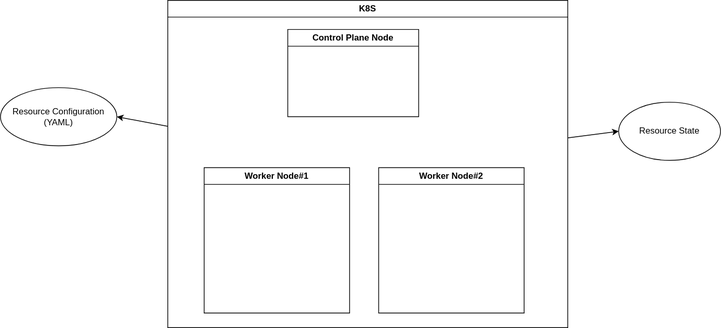
Above: k8s/k8s.drawio.svg in hoangnpdev/engineering-notes (draw.io), before the change. Source tidied: cells renumbered, new cells last; positions are measured from the earlier drawing's top-left corner, leaving out a move shared by most shapes. Its diagram source:
```xml
<mxGraphModel background="#ffffff">
  <root>
    <mxCell id="0" />
    <mxCell id="1" parent="0" />
    <mxCell id="2" style="edgeStyle=none;html=1;entryX=1;entryY=0.5;entryDx=0;entryDy=0;" parent="1" edge="1" source="4" target="8">
      <mxGeometry relative="1" as="geometry" />
    </mxCell>
    <mxCell id="3" style="edgeStyle=none;html=1;entryX=0;entryY=0.5;entryDx=0;entryDy=0;" parent="1" edge="1" source="4" target="9">
      <mxGeometry relative="1" as="geometry" />
    </mxCell>
    <mxCell id="4" value="K8S" style="swimlane;whiteSpace=wrap;html=1;" parent="1" vertex="1">
      <mxGeometry x="230" width="550" height="450" as="geometry" />
    </mxCell>
    <mxCell id="5" value="Worker Node#1" style="swimlane;whiteSpace=wrap;html=1;" parent="4" vertex="1">
      <mxGeometry x="50" y="230" width="200" height="200" as="geometry" />
    </mxCell>
    <mxCell id="6" value="Worker Node#2" style="swimlane;whiteSpace=wrap;html=1;" parent="4" vertex="1">
      <mxGeometry x="290" y="230" width="200" height="200" as="geometry" />
    </mxCell>
    <mxCell id="7" value="Control Plane Node" style="swimlane;whiteSpace=wrap;html=1;" parent="4" vertex="1">
      <mxGeometry x="165" y="40" width="180" height="120" as="geometry" />
    </mxCell>
    <mxCell id="8" value="Resource Configuration&lt;br&gt;(YAML)" style="ellipse;whiteSpace=wrap;html=1;" parent="1" vertex="1">
      <mxGeometry y="120" width="160" height="80" as="geometry" />
    </mxCell>
    <mxCell id="9" value="Resource State" style="ellipse;whiteSpace=wrap;html=1;" parent="1" vertex="1">
      <mxGeometry x="850" y="140" width="140" height="80" as="geometry" />
    </mxCell>
  </root>
</mxGraphModel>
```
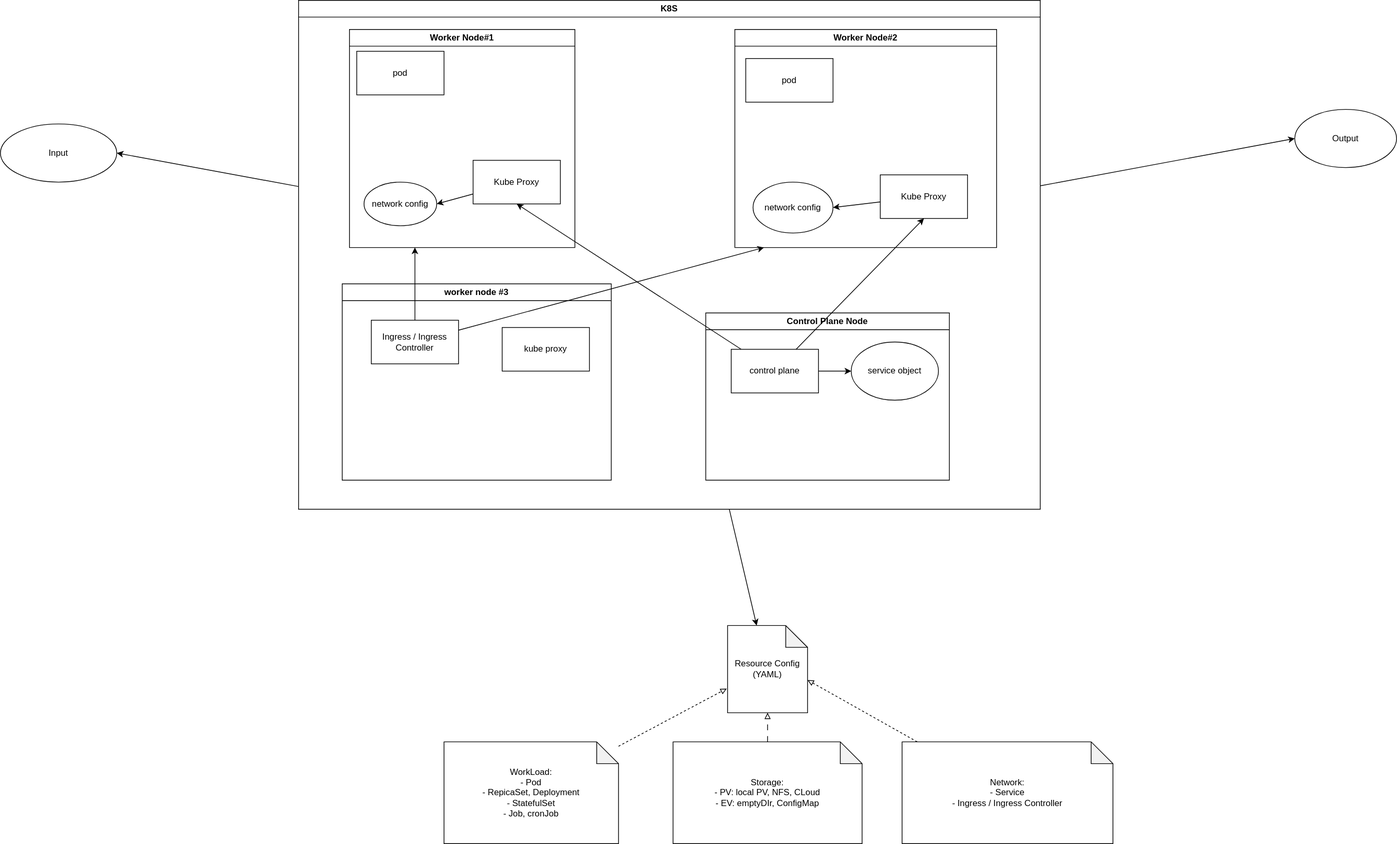
The same diagram one commit later.

The edit, as a diff of the source:
```diff
@@ -9,22 +9,104 @@
       <mxGeometry relative="1" as="geometry" />
     </mxCell>
     <mxCell id="4" value="K8S" style="swimlane;whiteSpace=wrap;html=1;" parent="1" vertex="1">
-      <mxGeometry x="230" width="550" height="450" as="geometry" />
+      <mxGeometry x="-230" y="50" width="1020" height="700" as="geometry" />
     </mxCell>
     <mxCell id="5" value="Worker Node#1" style="swimlane;whiteSpace=wrap;html=1;" parent="4" vertex="1">
-      <mxGeometry x="50" y="230" width="200" height="200" as="geometry" />
+      <mxGeometry x="70" y="40" width="310" height="300" as="geometry" />
     </mxCell>
+    <mxCell id="10" style="edgeStyle=none;html=1;entryX=1;entryY=0.5;entryDx=0;entryDy=0;" parent="5" edge="1" source="11" target="13">
+      <mxGeometry relative="1" as="geometry" />
+    </mxCell>
+    <mxCell id="11" value="Kube Proxy" style="rounded=0;whiteSpace=wrap;html=1;" parent="5" vertex="1">
+      <mxGeometry x="170" y="180" width="120" height="60" as="geometry" />
+    </mxCell>
+    <mxCell id="12" value="pod" style="rounded=0;whiteSpace=wrap;html=1;" parent="5" vertex="1">
+      <mxGeometry x="10" y="30" width="120" height="60" as="geometry" />
+    </mxCell>
+    <mxCell id="13" value="network config" style="ellipse;whiteSpace=wrap;html=1;" parent="5" vertex="1">
+      <mxGeometry x="20" y="210" width="100" height="60" as="geometry" />
+    </mxCell>
     <mxCell id="6" value="Worker Node#2" style="swimlane;whiteSpace=wrap;html=1;" parent="4" vertex="1">
-      <mxGeometry x="290" y="230" width="200" height="200" as="geometry" />
+      <mxGeometry x="600" y="40" width="360" height="300" as="geometry" />
     </mxCell>
+    <mxCell id="14" style="edgeStyle=none;html=1;entryX=1;entryY=0.5;entryDx=0;entryDy=0;" parent="6" edge="1" source="15" target="17">
+      <mxGeometry relative="1" as="geometry" />
+    </mxCell>
+    <mxCell id="15" value="Kube Proxy" style="rounded=0;whiteSpace=wrap;html=1;" parent="6" vertex="1">
+      <mxGeometry x="200" y="200" width="120" height="60" as="geometry" />
+    </mxCell>
+    <mxCell id="16" value="pod" style="rounded=0;whiteSpace=wrap;html=1;" parent="6" vertex="1">
+      <mxGeometry x="15" y="40" width="120" height="60" as="geometry" />
+    </mxCell>
+    <mxCell id="17" value="network config" style="ellipse;whiteSpace=wrap;html=1;" parent="6" vertex="1">
+      <mxGeometry x="25" y="210" width="110" height="70" as="geometry" />
+    </mxCell>
     <mxCell id="7" value="Control Plane Node" style="swimlane;whiteSpace=wrap;html=1;" parent="4" vertex="1">
-      <mxGeometry x="165" y="40" width="180" height="120" as="geometry" />
+      <mxGeometry x="560" y="430" width="335" height="230" as="geometry" />
     </mxCell>
+    <mxCell id="18" value="service object" style="ellipse;whiteSpace=wrap;html=1;" parent="7" vertex="1">
+      <mxGeometry x="200" y="40" width="120" height="80" as="geometry" />
+    </mxCell>
+    <mxCell id="19" style="edgeStyle=none;html=1;entryX=0;entryY=0.5;entryDx=0;entryDy=0;" parent="7" edge="1" source="20" target="18">
+      <mxGeometry relative="1" as="geometry" />
+    </mxCell>
+    <mxCell id="20" value="control plane" style="rounded=0;whiteSpace=wrap;html=1;" parent="7" vertex="1">
+      <mxGeometry x="35" y="50" width="120" height="60" as="geometry" />
+    </mxCell>
+    <mxCell id="21" style="edgeStyle=none;html=1;entryX=0.5;entryY=1;entryDx=0;entryDy=0;" parent="4" edge="1" source="20" target="15">
+      <mxGeometry relative="1" as="geometry" />
+    </mxCell>
+    <mxCell id="22" style="edgeStyle=none;html=1;entryX=0.5;entryY=1;entryDx=0;entryDy=0;" parent="4" edge="1" source="20" target="11">
+      <mxGeometry relative="1" as="geometry" />
+    </mxCell>
+    <mxCell id="23" value="worker node #3" style="swimlane;whiteSpace=wrap;html=1;" parent="4" vertex="1">
+      <mxGeometry x="60" y="390" width="370" height="270" as="geometry" />
+    </mxCell>
+    <mxCell id="24" style="edgeStyle=none;html=1;" parent="23" edge="1" source="26">
+      <mxGeometry relative="1" as="geometry">
+        <mxPoint x="100" y="-50" as="targetPoint" />
+      </mxGeometry>
+    </mxCell>
+    <mxCell id="25" style="edgeStyle=none;html=1;" parent="23" edge="1" source="26">
+      <mxGeometry relative="1" as="geometry">
+        <mxPoint x="580" y="-50" as="targetPoint" />
+      </mxGeometry>
+    </mxCell>
+    <mxCell id="26" value="Ingress / Ingress Controller" style="rounded=0;whiteSpace=wrap;html=1;" parent="23" vertex="1">
+      <mxGeometry x="40" y="50" width="120" height="60" as="geometry" />
+    </mxCell>
+    <mxCell id="27" value="kube proxy" style="rounded=0;whiteSpace=wrap;html=1;" parent="23" vertex="1">
+      <mxGeometry x="220" y="60" width="120" height="60" as="geometry" />
+    </mxCell>
-    <mxCell id="8" value="Resource Configuration&lt;br&gt;(YAML)" style="ellipse;whiteSpace=wrap;html=1;" parent="1" vertex="1">
-      <mxGeometry y="120" width="160" height="80" as="geometry" />
+    <mxCell id="8" value="Input" style="ellipse;whiteSpace=wrap;html=1;" parent="1" vertex="1">
+      <mxGeometry x="-640" y="220" width="160" height="80" as="geometry" />
     </mxCell>
-    <mxCell id="9" value="Resource State" style="ellipse;whiteSpace=wrap;html=1;" parent="1" vertex="1">
-      <mxGeometry x="850" y="140" width="140" height="80" as="geometry" />
+    <mxCell id="9" value="Output" style="ellipse;whiteSpace=wrap;html=1;" parent="1" vertex="1">
+      <mxGeometry x="1140" y="200" width="140" height="80" as="geometry" />
     </mxCell>
+    <mxCell id="28" value="Resource Config (YAML)" style="shape=note;whiteSpace=wrap;html=1;backgroundOutline=1;darkOpacity=0.05;" parent="1" vertex="1">
+      <mxGeometry x="360" y="910" width="110" height="120" as="geometry" />
+    </mxCell>
+    <mxCell id="29" style="edgeStyle=none;html=1;entryX=0;entryY=0;entryDx=40;entryDy=0;entryPerimeter=0;" parent="1" edge="1" source="4" target="28">
+      <mxGeometry relative="1" as="geometry" />
+    </mxCell>
+    <mxCell id="30" value="WorkLoad:&amp;nbsp;&lt;br&gt;- Pod&lt;br&gt;&lt;div&gt;- RepicaSet, Deployment&lt;/div&gt;&lt;div&gt;- StatefulSet&lt;/div&gt;&lt;div&gt;- Job, cronJob&lt;/div&gt;" style="shape=note;whiteSpace=wrap;html=1;backgroundOutline=1;darkOpacity=0.05;" parent="1" vertex="1">
+      <mxGeometry x="-30" y="1070" width="240" height="140" as="geometry" />
+    </mxCell>
+    <mxCell id="31" value="Storage:&amp;nbsp;&lt;div&gt;- PV: local PV, NFS, CLoud&lt;/div&gt;&lt;div&gt;- EV: emptyDIr, ConfigMap&lt;/div&gt;" style="shape=note;whiteSpace=wrap;html=1;backgroundOutline=1;darkOpacity=0.05;" parent="1" vertex="1">
+      <mxGeometry x="285" y="1070" width="260" height="140" as="geometry" />
+    </mxCell>
+    <mxCell id="32" value="Network:&lt;div&gt;- Service&lt;/div&gt;&lt;div&gt;- Ingress / Ingress Controller&lt;/div&gt;" style="shape=note;whiteSpace=wrap;html=1;backgroundOutline=1;darkOpacity=0.05;" parent="1" vertex="1">
+      <mxGeometry x="600" y="1070" width="290" height="140" as="geometry" />
+    </mxCell>
+    <mxCell id="33" style="edgeStyle=none;html=1;entryX=-0.011;entryY=0.723;entryDx=0;entryDy=0;entryPerimeter=0;endArrow=block;endFill=0;dashed=1;" parent="1" edge="1" source="30" target="28">
+      <mxGeometry relative="1" as="geometry" />
+    </mxCell>
+    <mxCell id="34" style="edgeStyle=none;html=1;entryX=0.5;entryY=1;entryDx=0;entryDy=0;entryPerimeter=0;dashed=1;dashPattern=8 8;endArrow=block;endFill=0;" parent="1" edge="1" source="31" target="28">
+      <mxGeometry relative="1" as="geometry" />
+    </mxCell>
+    <mxCell id="35" style="edgeStyle=none;html=1;entryX=0;entryY=0;entryDx=110;entryDy=75;entryPerimeter=0;endArrow=block;endFill=0;dashed=1;" parent="1" edge="1" source="32" target="28">
+      <mxGeometry relative="1" as="geometry" />
+    </mxCell>
   </root>
 </mxGraphModel>
```
